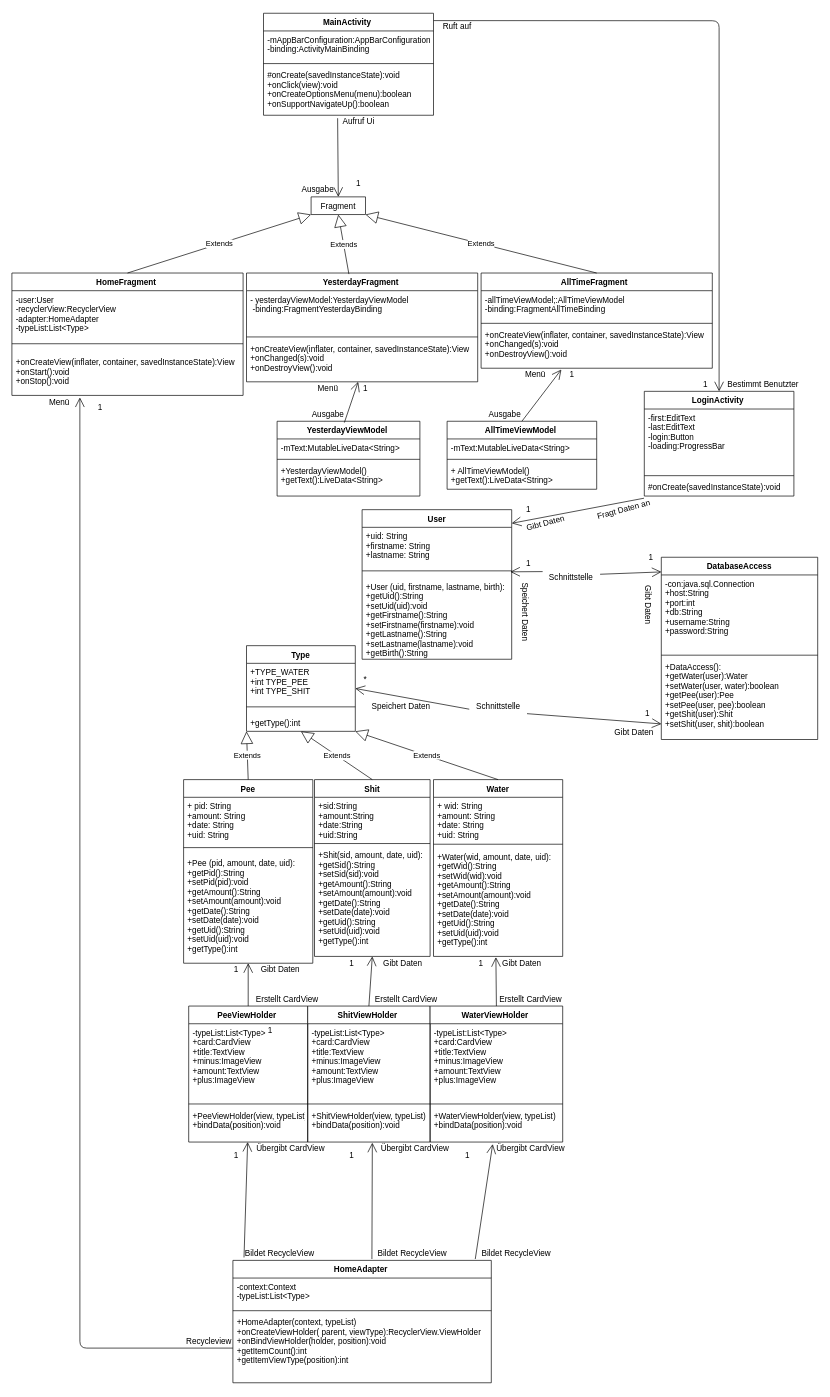
Before: Diagramme/Copy of Klassendiagramm.drawio in olisonsturm/LifestyleTracker, a draw.io diagram. Source tidied: cells renumbered, new cells numbered last; positions are measured from the earlier drawing's top-left corner, leaving out a move shared by most shapes. Both pictures are drawn from the tidied source at 68%, with x=0, y=0 at pixel (12, 13).
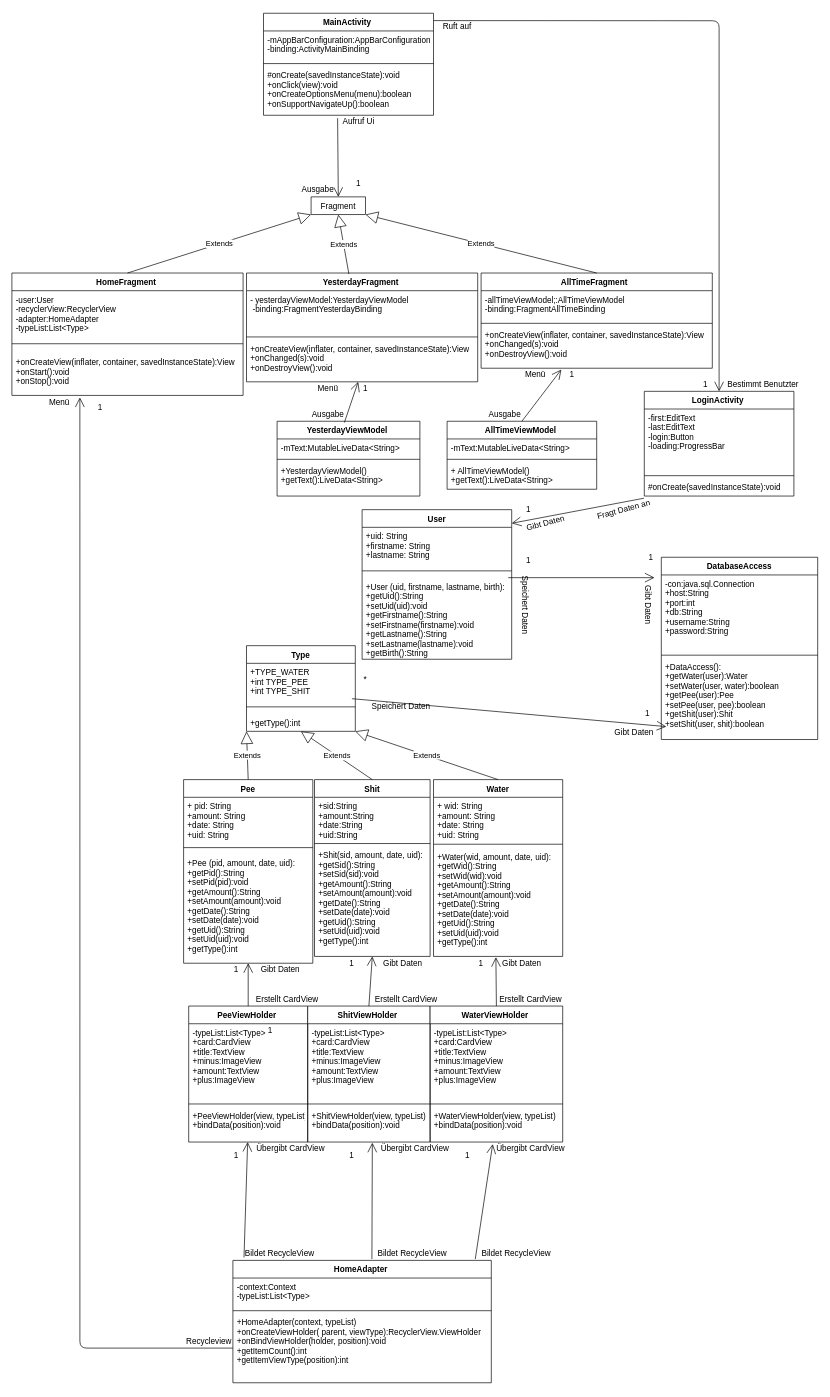
The same page after the edit.

The change refers to these unchanged cells:
```xml
<mxCell id="14" value="Type" style="swimlane;fontStyle=1;align=center;verticalAlign=top;horizontal=1;startSize=26;" parent="1" vertex="1">
  <mxGeometry x="345" y="930" width="160" height="126" as="geometry" />
</mxCell>
<mxCell id="15" value="+TYPE_WATER &#10;+int TYPE_PEE&#10;+int TYPE_SHIT" style="text;strokeColor=none;fillColor=none;align=left;verticalAlign=top;spacingLeft=4;spacingRight=4;overflow=hidden;points=[[0,0.5],[1,0.5]];portConstraint=eastwest;" parent="14" vertex="1">
  <mxGeometry y="26" width="160" height="54" as="geometry" />
</mxCell>
<mxCell id="59" value="-con:java.sql.Connection&#10;+host:String&#10;+port:int&#10;+db:String&#10;+username:String&#10;+password:String&#10;" style="text;strokeColor=none;fillColor=none;align=left;verticalAlign=top;spacingLeft=4;spacingRight=4;overflow=hidden;points=[[0,0.5],[1,0.5]];portConstraint=eastwest;" parent="58" vertex="1">
  <mxGeometry y="26" width="230" height="114" as="geometry" />
</mxCell>
<mxCell id="61" value="+DataAccess():&#10;+getWater(user):Water&#10;+setWater(user, water):boolean&#10;+getPee(user):Pee&#10;+setPee(user, pee):boolean&#10;+getShit(user):Shit&#10;+setShit(user, shit):boolean&#10;" style="text;strokeColor=none;fillColor=none;align=left;verticalAlign=top;spacingLeft=4;spacingRight=4;overflow=hidden;points=[[0,0.5],[1,0.5]];portConstraint=eastwest;" parent="58" vertex="1">
  <mxGeometry y="148" width="230" height="120" as="geometry" />
</mxCell>
<mxCell id="91" style="line;strokeWidth=1;fillColor=none;align=left;verticalAlign=middle;spacingTop=-1;spacingLeft=3;spacingRight=3;labelPosition=right;points=[];portConstraint=eastwest;" parent="89" vertex="1">
  <mxGeometry y="80" width="220" height="20" as="geometry" />
</mxCell>
<mxCell id="109" value="Gibt Daten" style="text;html=1;strokeColor=none;fillColor=none;align=center;verticalAlign=middle;whiteSpace=wrap;rounded=0;rotation=90;" parent="1" vertex="1">
  <mxGeometry x="895" y="860" width="80" height="20" as="geometry" />
</mxCell>
```

What changed in the source:
```diff
@@
-    <mxCell id="86" style="endArrow=open;endFill=1;endSize=12;html=1;exitX=0.001;exitY=0.672;exitDx=0;exitDy=0;exitPerimeter=0;entryX=1;entryY=0.5;entryDx=0;entryDy=0;startArrow=none;" parent="1" edge="1" source="135" target="14">
+    <mxCell id="86" style="endArrow=open;endFill=1;endSize=12;html=1;exitX=0.969;exitY=0.963;exitDx=0;exitDy=0;exitPerimeter=0;startArrow=none;entryX=0.032;entryY=0.842;entryDx=0;entryDy=0;entryPerimeter=0;" parent="1" edge="1" source="15" target="61">
       <mxGeometry relative="1" as="geometry" />
     </mxCell>
-    <mxCell id="87" style="endArrow=open;endFill=1;endSize=12;html=1;exitX=0.006;exitY=0.055;exitDx=0;exitDy=0;exitPerimeter=0;entryX=0.991;entryY=0.571;entryDx=0;entryDy=0;entryPerimeter=0;startArrow=none;" parent="1" edge="1" source="137" target="91">
+    <mxCell id="87" style="endArrow=open;endFill=1;endSize=12;html=1;entryX=0;entryY=0;entryDx=0;entryDy=0;startArrow=none;exitX=0.977;exitY=1;exitDx=0;exitDy=0;exitPerimeter=0;" parent="1" edge="1" source="91" target="109">
       <mxGeometry relative="1" as="geometry" />
     </mxCell>
     <mxCell id="88" value="1" style="text;html=1;strokeColor=none;fillColor=none;align=center;verticalAlign=middle;whiteSpace=wrap;rounded=0;" parent="1" vertex="1">
-      <mxGeometry x="740" y="800" width="40" height="20" as="geometry" />
+      <mxGeometry x="740" y="800" width="40" height="10" as="geometry" />
     </mxCell>
@@
     <mxCell id="110" value="Speichert Daten" style="text;html=1;strokeColor=none;fillColor=none;align=center;verticalAlign=middle;whiteSpace=wrap;rounded=0;rotation=90;" parent="1" vertex="1">
-      <mxGeometry x="697.5" y="870" width="115" height="20" as="geometry" />
+      <mxGeometry x="697.5" y="855" width="115" height="30" as="geometry" />
     </mxCell>
@@
-    <mxCell id="135" value="Schnittstelle" style="text;html=1;strokeColor=none;fillColor=none;align=center;verticalAlign=middle;whiteSpace=wrap;rounded=0;" parent="1" vertex="1">
-      <mxGeometry x="672.5" y="1010" width="85" height="20" as="geometry" />
-    </mxCell>
-    <mxCell id="136" style="endArrow=open;endFill=1;endSize=12;html=1;entryX=0.001;entryY=0.809;entryDx=0;entryDy=0;entryPerimeter=0;exitX=1;exitY=1;exitDx=0;exitDy=0;" parent="1" edge="1" source="135" target="61">
-      <mxGeometry relative="1" as="geometry" />
-    </mxCell>
-    <mxCell id="137" value="Schnittstelle" style="text;html=1;strokeColor=none;fillColor=none;align=center;verticalAlign=middle;whiteSpace=wrap;rounded=0;" parent="1" vertex="1">
-      <mxGeometry x="780" y="820" width="85" height="20" as="geometry" />
-    </mxCell>
-    <mxCell id="138" style="endArrow=open;endFill=1;endSize=12;html=1;entryX=0.001;entryY=-0.039;entryDx=0;entryDy=0;entryPerimeter=0;exitX=1;exitY=0.25;exitDx=0;exitDy=0;" parent="1" edge="1" source="137" target="59">
-      <mxGeometry relative="1" as="geometry" />
-    </mxCell>
```
